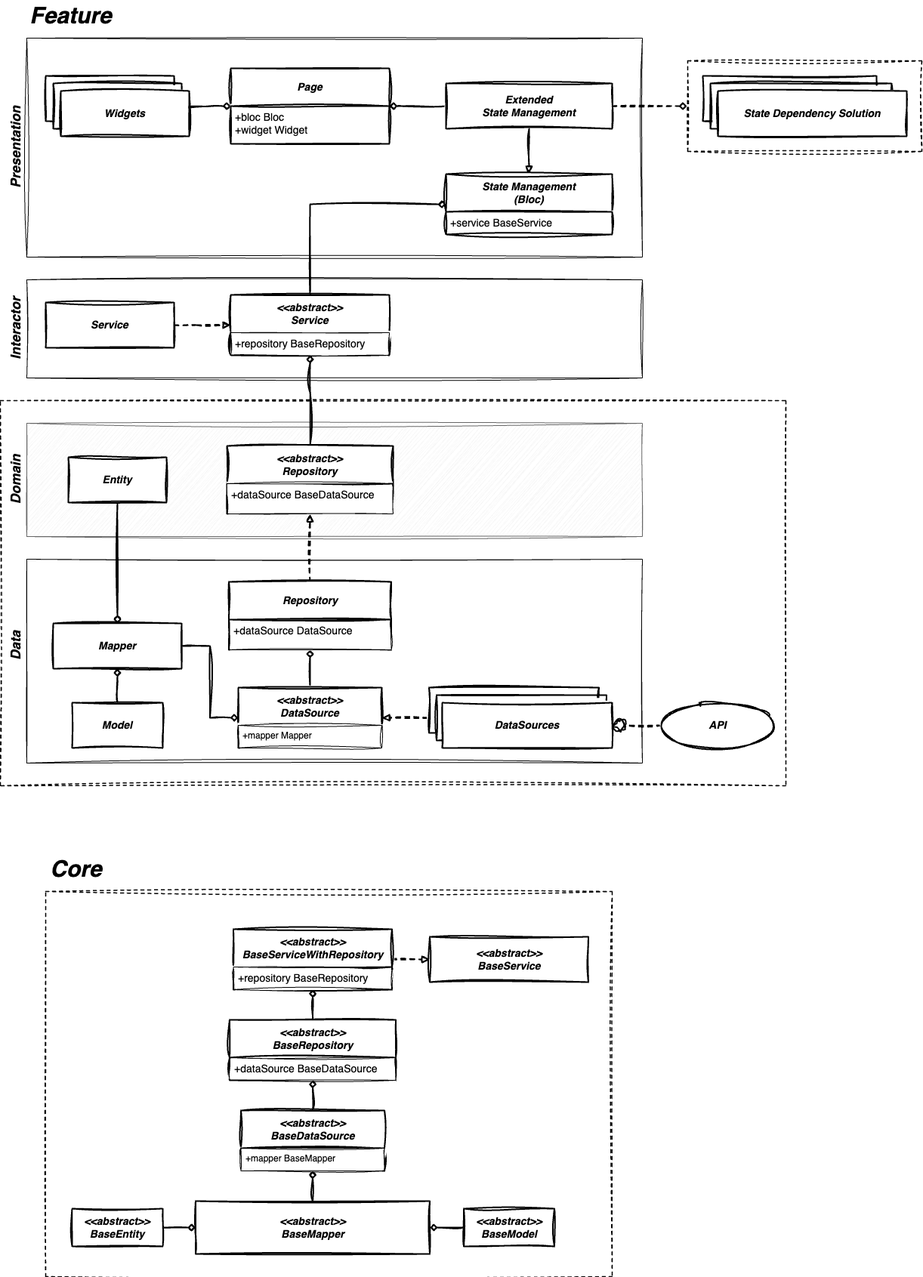
Earlier version of the draw.io export architecture.drawio.png (hamed-rezaee/flutter_component_architecture_poc). Source tidied: cells renumbered, new cells last; positions are measured from the earlier drawing's top-left corner, leaving out a move shared by most shapes.
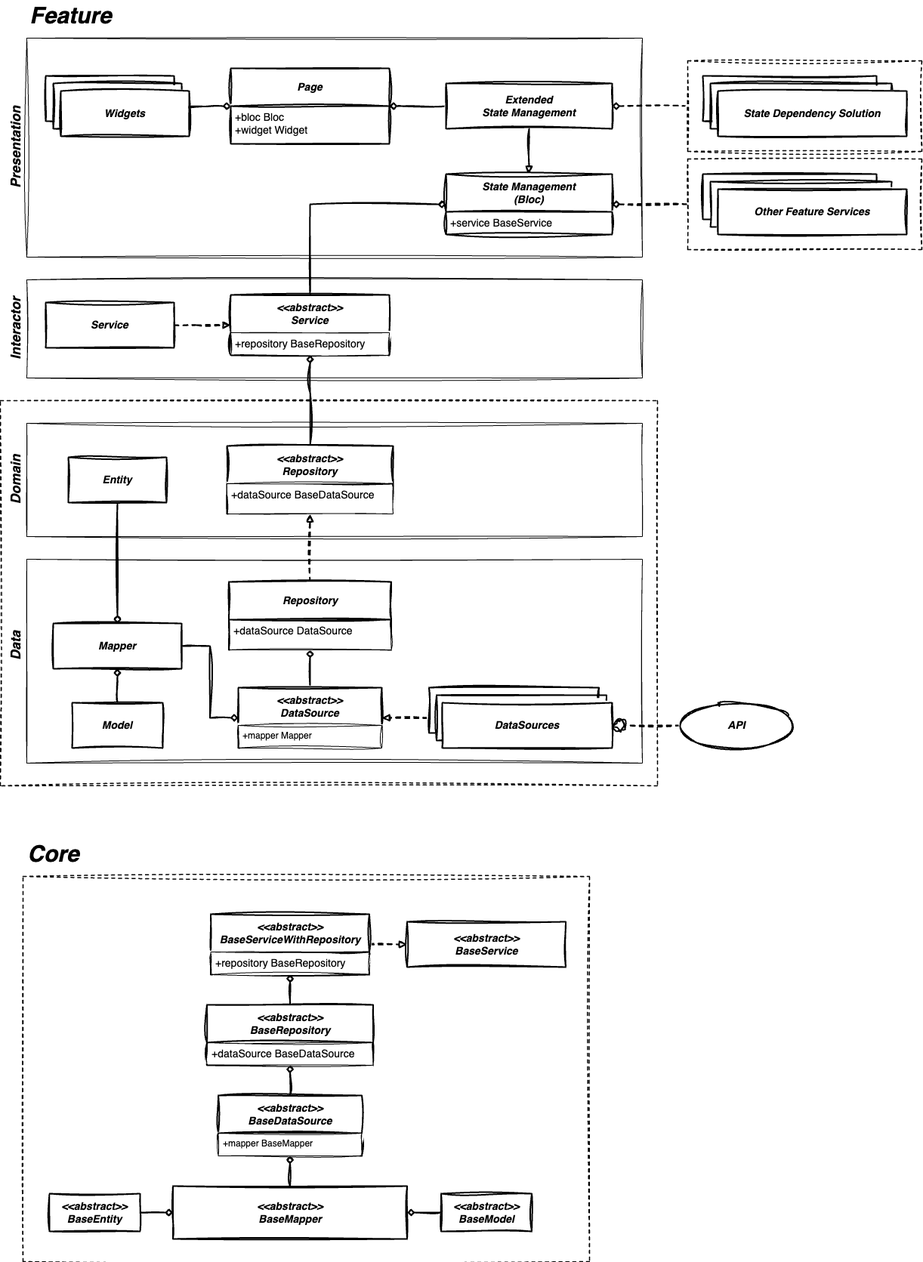
Above is the later version.

Commit message:
update architecture diagram

Change to the diagram source:
```diff
@@ -3,10 +3,10 @@
     <mxCell id="0" />
     <mxCell id="1" parent="0" />
     <mxCell id="2" style="rounded=0;whiteSpace=wrap;html=1;dashed=1;shadow=0;glass=0;sketch=1;curveFitting=1;jiggle=2;strokeWidth=1.5;perimeterSpacing=1;fillColor=none;" parent="1" vertex="1">
-      <mxGeometry x="60" y="1180" width="750" height="510" as="geometry" />
+      <mxGeometry x="30" y="1160" width="750" height="510" as="geometry" />
     </mxCell>
     <mxCell id="3" style="rounded=0;whiteSpace=wrap;html=1;dashed=1;shadow=0;glass=0;sketch=1;curveFitting=1;jiggle=2;strokeWidth=1.5;perimeterSpacing=1;fillColor=none;" parent="1" vertex="1">
-      <mxGeometry y="530" width="1040" height="510" as="geometry" />
+      <mxGeometry y="530" width="870" height="510" as="geometry" />
     </mxCell>
     <mxCell id="4" style="rounded=0;whiteSpace=wrap;html=1;sketch=1;curveFitting=1;jiggle=2;fillColor=none;" parent="1" vertex="1">
       <mxGeometry x="35" y="370" width="815" height="130" as="geometry" />
@@ -14,12 +14,15 @@
     <mxCell id="5" style="rounded=0;whiteSpace=wrap;html=1;sketch=1;curveFitting=1;jiggle=2;fillColor=none;" parent="1" vertex="1">
       <mxGeometry x="35" y="50" width="815" height="290" as="geometry" />
     </mxCell>
-    <mxCell id="6" style="rounded=0;whiteSpace=wrap;html=1;sketch=1;curveFitting=1;jiggle=2;fillColor=#f5f5f5;fontColor=#333333;strokeColor=#666666;" parent="1" vertex="1">
+    <mxCell id="6" style="rounded=0;whiteSpace=wrap;html=1;sketch=1;curveFitting=1;jiggle=2;fillColor=none;" parent="1" vertex="1">
       <mxGeometry x="35" y="560" width="815" height="150" as="geometry" />
     </mxCell>
     <mxCell id="7" style="rounded=0;whiteSpace=wrap;html=1;sketch=1;curveFitting=1;jiggle=2;fillColor=none;" parent="1" vertex="1">
       <mxGeometry x="35" y="740" width="815" height="270" as="geometry" />
     </mxCell>
+    <mxCell id="72" style="edgeStyle=orthogonalEdgeStyle;rounded=0;jettySize=auto;html=1;exitX=0;exitY=0.5;exitDx=0;exitDy=0;entryX=1;entryY=0.5;entryDx=0;entryDy=0;endArrow=diamond;sketch=1;curveFitting=1;jiggle=2;endFill=0;dashed=1;strokeWidth=2;startArrow=none;startFill=0;" parent="1" edge="1" source="8" target="28">
+      <mxGeometry relative="1" as="geometry" />
+    </mxCell>
     <mxCell id="8" style="rounded=0;whiteSpace=wrap;html=1;dashed=1;shadow=0;glass=0;sketch=1;curveFitting=1;jiggle=2;strokeWidth=1.5;perimeterSpacing=1;" parent="1" vertex="1">
       <mxGeometry x="910" y="80" width="310" height="120" as="geometry" />
     </mxCell>
@@ -145,9 +148,6 @@
     <mxCell id="43" value="&lt;b&gt;&lt;i&gt;&lt;font style=&quot;font-size: 14px;&quot;&gt;DataSources&lt;br&gt;&lt;/font&gt;&lt;/i&gt;&lt;/b&gt;" style="rounded=0;whiteSpace=wrap;html=1;sketch=1;curveFitting=1;jiggle=2;fontSize=14;fontStyle=0;startSize=50;strokeWidth=2;shadow=0;dashed=0;arcSize=4;" parent="1" vertex="1">
       <mxGeometry x="585" y="930" width="225" height="60" as="geometry" />
     </mxCell>
-    <mxCell id="44" style="edgeStyle=orthogonalEdgeStyle;rounded=0;jettySize=auto;html=1;sketch=1;curveFitting=1;jiggle=2;endArrow=diamond;endFill=0;dashed=1;strokeWidth=2;exitX=1;exitY=0.5;exitDx=0;exitDy=0;entryX=0;entryY=0.5;entryDx=0;entryDy=0;" parent="1" edge="1" source="28" target="8">
-      <mxGeometry relative="1" as="geometry" />
-    </mxCell>
     <mxCell id="45" style="edgeStyle=orthogonalEdgeStyle;rounded=0;jettySize=auto;html=1;entryX=0.5;entryY=1;entryDx=0;entryDy=0;endArrow=block;endFill=0;sketch=1;curveFitting=1;jiggle=2;dashed=1;strokeWidth=2;exitX=0.5;exitY=0;exitDx=0;exitDy=0;" parent="1" edge="1" source="51" target="14">
       <mxGeometry relative="1" as="geometry" />
     </mxCell>
@@ -180,28 +180,28 @@
       <mxGeometry relative="1" as="geometry" />
     </mxCell>
     <mxCell id="54" value="&lt;font style=&quot;font-size: 14px;&quot;&gt;&lt;i&gt;API&lt;/i&gt;&lt;/font&gt;" style="ellipse;whiteSpace=wrap;html=1;fontStyle=1;fontSize=12;sketch=1;curveFitting=1;jiggle=2;strokeWidth=2;" parent="1" vertex="1">
-      <mxGeometry x="875" y="930" width="150" height="60" as="geometry" />
+      <mxGeometry x="900" y="930" width="150" height="60" as="geometry" />
     </mxCell>
     <mxCell id="55" style="edgeStyle=orthogonalEdgeStyle;rounded=0;jettySize=auto;html=1;exitX=0;exitY=0.5;exitDx=0;exitDy=0;entryX=1;entryY=0.5;entryDx=0;entryDy=0;endArrow=diamond;endFill=0;sketch=1;curveFitting=1;jiggle=2;strokeWidth=2;" parent="1" edge="1" source="56" target="59">
       <mxGeometry relative="1" as="geometry" />
     </mxCell>
     <mxCell id="56" value="&lt;b style=&quot;border-color: var(--border-color);&quot;&gt;&lt;i style=&quot;border-color: var(--border-color);&quot;&gt;&amp;lt;&amp;lt;abstract&amp;gt;&amp;gt;&lt;br&gt;&lt;/i&gt;&lt;/b&gt;&lt;b&gt;&lt;i&gt;&lt;font style=&quot;font-size: 14px;&quot;&gt;BaseModel&lt;/font&gt;&lt;/i&gt;&lt;/b&gt;" style="rounded=0;whiteSpace=wrap;html=1;sketch=1;curveFitting=1;jiggle=2;fontSize=14;fontStyle=0;startSize=50;strokeWidth=2;shadow=0;dashed=0;arcSize=4;" parent="1" vertex="1">
-      <mxGeometry x="613.5" y="1600" width="120" height="50" as="geometry" />
+      <mxGeometry x="583.5" y="1580" width="120" height="50" as="geometry" />
     </mxCell>
     <mxCell id="57" style="edgeStyle=orthogonalEdgeStyle;rounded=0;jettySize=auto;html=1;exitX=1;exitY=0.5;exitDx=0;exitDy=0;entryX=0;entryY=0.5;entryDx=0;entryDy=0;endArrow=diamond;endFill=0;sketch=1;curveFitting=1;jiggle=2;strokeWidth=2;" parent="1" edge="1" source="58" target="59">
       <mxGeometry relative="1" as="geometry" />
     </mxCell>
     <mxCell id="58" value="&lt;b style=&quot;border-color: var(--border-color);&quot;&gt;&lt;i style=&quot;border-color: var(--border-color);&quot;&gt;&amp;lt;&amp;lt;abstract&amp;gt;&amp;gt;&lt;br&gt;&lt;/i&gt;&lt;/b&gt;&lt;b&gt;&lt;i&gt;&lt;font style=&quot;font-size: 14px;&quot;&gt;BaseEntity&lt;/font&gt;&lt;/i&gt;&lt;/b&gt;" style="rounded=0;whiteSpace=wrap;html=1;sketch=1;curveFitting=1;jiggle=2;fontSize=14;fontStyle=0;startSize=50;strokeWidth=2;shadow=0;dashed=0;arcSize=4;" parent="1" vertex="1">
-      <mxGeometry x="95" y="1600" width="120" height="50" as="geometry" />
+      <mxGeometry x="65" y="1580" width="120" height="50" as="geometry" />
     </mxCell>
     <mxCell id="59" value="&lt;b&gt;&lt;i&gt;&lt;font style=&quot;font-size: 14px;&quot;&gt;&amp;lt;&amp;lt;abstract&amp;gt;&amp;gt;&lt;br&gt;BaseMapper&lt;br&gt;&lt;/font&gt;&lt;/i&gt;&lt;/b&gt;" style="rounded=0;whiteSpace=wrap;html=1;sketch=1;curveFitting=1;jiggle=2;fontSize=14;fontStyle=0;startSize=50;strokeWidth=2;shadow=0;dashed=0;arcSize=4;" parent="1" vertex="1">
-      <mxGeometry x="258.5" y="1590" width="310" height="70" as="geometry" />
+      <mxGeometry x="228.5" y="1570" width="310" height="70" as="geometry" />
     </mxCell>
     <mxCell id="60" style="edgeStyle=orthogonalEdgeStyle;rounded=0;jettySize=auto;html=1;exitX=0.5;exitY=0;exitDx=0;exitDy=0;entryX=0.5;entryY=1;entryDx=0;entryDy=0;endArrow=diamond;endFill=0;sketch=1;curveFitting=1;jiggle=2;strokeWidth=2;" parent="1" edge="1" source="61" target="65">
       <mxGeometry relative="1" as="geometry" />
     </mxCell>
     <mxCell id="61" value="&lt;b style=&quot;border-color: var(--border-color); font-size: 12px;&quot;&gt;&lt;i style=&quot;border-color: var(--border-color);&quot;&gt;&lt;font style=&quot;border-color: var(--border-color); font-size: 14px;&quot;&gt;&amp;lt;&amp;lt;abstract&amp;gt;&amp;gt;&lt;br style=&quot;border-color: var(--border-color);&quot;&gt;BaseRepository&lt;/font&gt;&lt;/i&gt;&lt;/b&gt;" style="swimlane;horizontal=1;startSize=50;rounded=0;fontSize=14;fontStyle=0;strokeWidth=2;shadow=0;dashed=0;align=center;arcSize=4;whiteSpace=wrap;html=1;fillStyle=auto;sketch=1;curveFitting=1;jiggle=2;swimlaneFillColor=default;swimlaneLine=1;glass=0;" parent="1" vertex="1">
-      <mxGeometry x="303.5" y="1350" width="220" height="80" as="geometry" />
+      <mxGeometry x="273.5" y="1330" width="220" height="80" as="geometry" />
     </mxCell>
     <mxCell id="62" value="&lt;font style=&quot;font-size: 14px;&quot;&gt;+dataSource BaseDataSource&lt;/font&gt;" style="align=left;spacingLeft=4;fontSize=12;verticalAlign=top;html=1;sketch=1;curveFitting=1;jiggle=2;labelBackgroundColor=none;" parent="61" vertex="1">
       <mxGeometry y="50" width="220" height="30" as="geometry" />
@@ -210,7 +210,7 @@
       <mxGeometry relative="1" as="geometry" />
     </mxCell>
     <mxCell id="64" value="&lt;b style=&quot;border-color: var(--border-color); font-size: 12px;&quot;&gt;&lt;i style=&quot;border-color: var(--border-color);&quot;&gt;&lt;font style=&quot;border-color: var(--border-color); font-size: 14px;&quot;&gt;&amp;lt;&amp;lt;abstract&amp;gt;&amp;gt;&lt;br style=&quot;border-color: var(--border-color);&quot;&gt;BaseServiceWithRepository&lt;/font&gt;&lt;/i&gt;&lt;/b&gt;" style="swimlane;horizontal=1;startSize=50;rounded=0;fontSize=14;fontStyle=0;strokeWidth=2;shadow=0;dashed=0;align=center;arcSize=4;whiteSpace=wrap;html=1;sketch=1;curveFitting=1;jiggle=2;swimlaneFillColor=default;" parent="1" vertex="1">
-      <mxGeometry x="308.5" y="1230" width="210" height="80" as="geometry" />
+      <mxGeometry x="278.5" y="1210" width="210" height="80" as="geometry" />
     </mxCell>
     <mxCell id="65" value="&lt;font style=&quot;font-size: 14px;&quot;&gt;+repository BaseRepository&lt;/font&gt;" style="align=left;spacingLeft=4;fontSize=12;verticalAlign=top;html=1;sketch=1;curveFitting=1;jiggle=2;" parent="64" vertex="1">
       <mxGeometry y="50" width="210" height="30" as="geometry" />
@@ -219,7 +219,7 @@
       <mxGeometry relative="1" as="geometry" />
     </mxCell>
     <mxCell id="67" value="&lt;b style=&quot;border-color: var(--border-color);&quot;&gt;&lt;i style=&quot;border-color: var(--border-color);&quot;&gt;&amp;lt;&amp;lt;abstract&amp;gt;&amp;gt;&lt;br style=&quot;border-color: var(--border-color);&quot;&gt;BaseDataSource&lt;/i&gt;&lt;/b&gt;" style="swimlane;horizontal=1;startSize=50;rounded=0;fontSize=14;fontStyle=0;strokeWidth=2;shadow=0;dashed=0;align=center;arcSize=4;whiteSpace=wrap;html=1;fillStyle=auto;sketch=1;curveFitting=1;jiggle=2;swimlaneFillColor=default;swimlaneLine=1;glass=0;" parent="1" vertex="1">
-      <mxGeometry x="318.5" y="1470" width="190" height="80" as="geometry" />
+      <mxGeometry x="288.5" y="1450" width="190" height="80" as="geometry" />
     </mxCell>
     <mxCell id="68" value="+mapper BaseMapper" style="align=left;spacingLeft=4;fontSize=12;verticalAlign=top;html=1;sketch=1;curveFitting=1;jiggle=2;labelBackgroundColor=none;" parent="67" vertex="1">
       <mxGeometry y="50" width="190" height="30" as="geometry" />
@@ -228,10 +228,25 @@
       <mxGeometry relative="1" as="geometry" />
     </mxCell>
     <mxCell id="70" value="&lt;font style=&quot;font-size: 30px;&quot;&gt;Core&lt;/font&gt;" style="text;strokeColor=none;fillColor=none;html=1;fontSize=24;fontStyle=3;verticalAlign=middle;align=center;sketch=1;curveFitting=1;jiggle=2;" parent="1" vertex="1">
-      <mxGeometry x="60" y="1130" width="80" height="40" as="geometry" />
+      <mxGeometry x="30" y="1110" width="80" height="40" as="geometry" />
     </mxCell>
     <mxCell id="71" value="&lt;b style=&quot;border-color: var(--border-color); font-size: 12px;&quot;&gt;&lt;i style=&quot;border-color: var(--border-color);&quot;&gt;&lt;font style=&quot;border-color: var(--border-color); font-size: 14px;&quot;&gt;&amp;lt;&amp;lt;abstract&amp;gt;&amp;gt;&lt;br style=&quot;border-color: var(--border-color);&quot;&gt;BaseService&lt;/font&gt;&lt;/i&gt;&lt;/b&gt;" style="swimlane;horizontal=1;startSize=80;rounded=0;fontSize=14;fontStyle=0;strokeWidth=2;shadow=0;dashed=0;align=center;arcSize=4;whiteSpace=wrap;html=1;sketch=1;curveFitting=1;jiggle=2;swimlaneFillColor=default;" parent="1" vertex="1">
-      <mxGeometry x="568.5" y="1240" width="210" height="60" as="geometry" />
+      <mxGeometry x="538.5" y="1220" width="210" height="60" as="geometry" />
     </mxCell>
+    <mxCell id="73" style="edgeStyle=orthogonalEdgeStyle;rounded=0;jettySize=auto;html=1;exitX=0;exitY=0.5;exitDx=0;exitDy=0;entryX=1;entryY=0.5;entryDx=0;entryDy=0;endArrow=diamond;sketch=1;curveFitting=1;jiggle=2;endFill=0;dashed=1;strokeWidth=2;startArrow=none;startFill=0;" parent="1" edge="1" source="74" target="19">
+      <mxGeometry relative="1" as="geometry" />
+    </mxCell>
+    <mxCell id="74" style="rounded=0;whiteSpace=wrap;html=1;dashed=1;shadow=0;glass=0;sketch=1;curveFitting=1;jiggle=2;strokeWidth=1.5;perimeterSpacing=1;" parent="1" vertex="1">
+      <mxGeometry x="910" y="210" width="310" height="120" as="geometry" />
+    </mxCell>
+    <mxCell id="75" value="&lt;b&gt;&lt;i&gt;&lt;font style=&quot;font-size: 14px;&quot;&gt;State Listeners&lt;br&gt;&lt;/font&gt;&lt;/i&gt;&lt;/b&gt;" style="rounded=0;whiteSpace=wrap;html=1;sketch=1;curveFitting=1;jiggle=2;fontSize=14;fontStyle=0;startSize=50;strokeWidth=2;shadow=0;dashed=0;arcSize=4;" parent="1" vertex="1">
+      <mxGeometry x="930" y="230" width="230" height="60" as="geometry" />
+    </mxCell>
+    <mxCell id="76" value="&lt;b&gt;&lt;i&gt;&lt;font style=&quot;font-size: 14px;&quot;&gt;State Listeners&lt;br&gt;&lt;/font&gt;&lt;/i&gt;&lt;/b&gt;" style="rounded=0;whiteSpace=wrap;html=1;sketch=1;curveFitting=1;jiggle=2;fontSize=14;fontStyle=0;startSize=50;strokeWidth=2;shadow=0;dashed=0;arcSize=4;" parent="1" vertex="1">
+      <mxGeometry x="940" y="240" width="240" height="60" as="geometry" />
+    </mxCell>
+    <mxCell id="77" value="&lt;b&gt;&lt;i&gt;&lt;font style=&quot;font-size: 14px;&quot;&gt;Other Feature Services&lt;br&gt;&lt;/font&gt;&lt;/i&gt;&lt;/b&gt;" style="rounded=0;whiteSpace=wrap;html=1;sketch=1;curveFitting=1;jiggle=2;fontSize=14;fontStyle=0;startSize=50;strokeWidth=2;shadow=0;dashed=0;arcSize=4;" parent="1" vertex="1">
+      <mxGeometry x="950" y="250" width="250" height="60" as="geometry" />
+    </mxCell>
   </root>
 </mxGraphModel>
```
